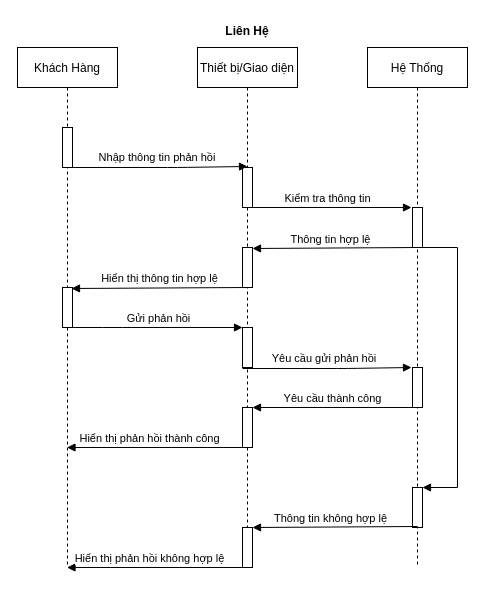
LuanMinhNguyen/nhom2thuctapchuyennganh keeps this draw.io diagram as Drawio/Contact.drawio. Above is the earlier version. Source tidied: cells renumbered, new cells numbered last; positions are measured from the earlier drawing's top-left corner, leaving out a move shared by most shapes. Both pictures are drawn from the tidied source at 100%, with x=0, y=0 at pixel (17, 17).
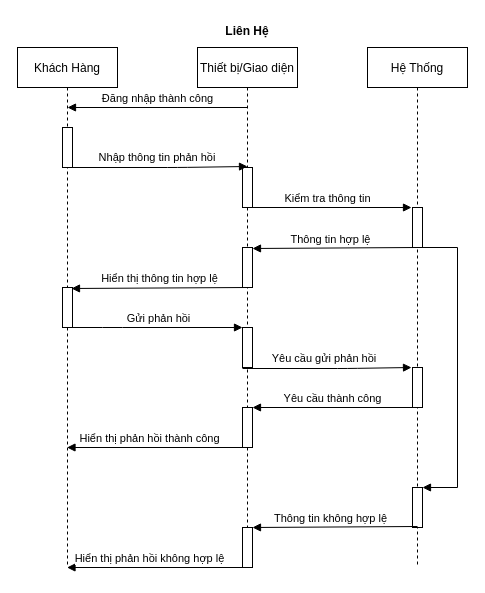
The same page after the edit.

What changed in the source:
```diff
@@
+    <mxCell id="27" value="Đăng nhập thành công" style="html=1;verticalAlign=bottom;endArrow=block;exitX=0.5;exitY=1;exitDx=0;exitDy=0;exitPerimeter=0;" parent="1" edge="1">
+      <mxGeometry relative="1" as="geometry">
+        <mxPoint x="230" y="90" as="sourcePoint" />
+        <mxPoint x="50" y="90" as="targetPoint" />
+      </mxGeometry>
+    </mxCell>
```
